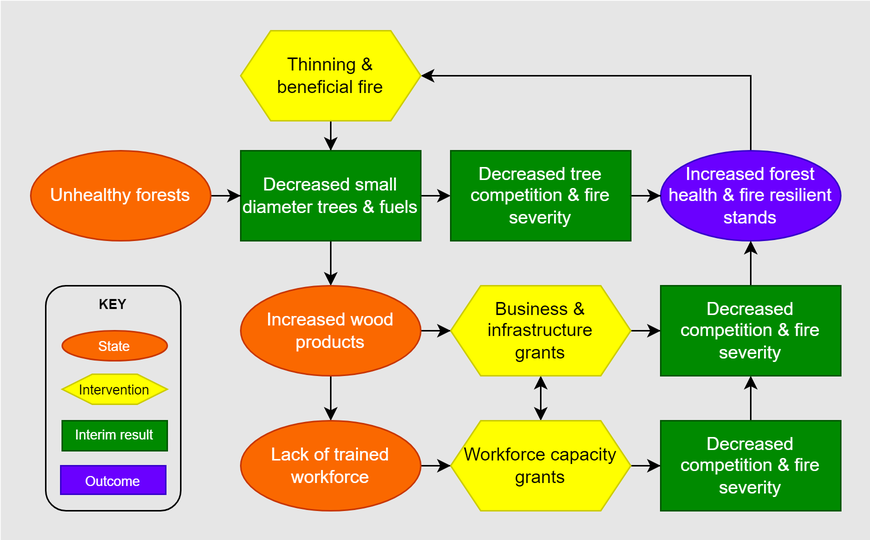
Above: figures/health.png in VRConservation/fbabook (draw.io), before the change. Source tidied: cells renumbered, new cells last; positions are measured from the earlier drawing's top-left corner, leaving out a move shared by most shapes.
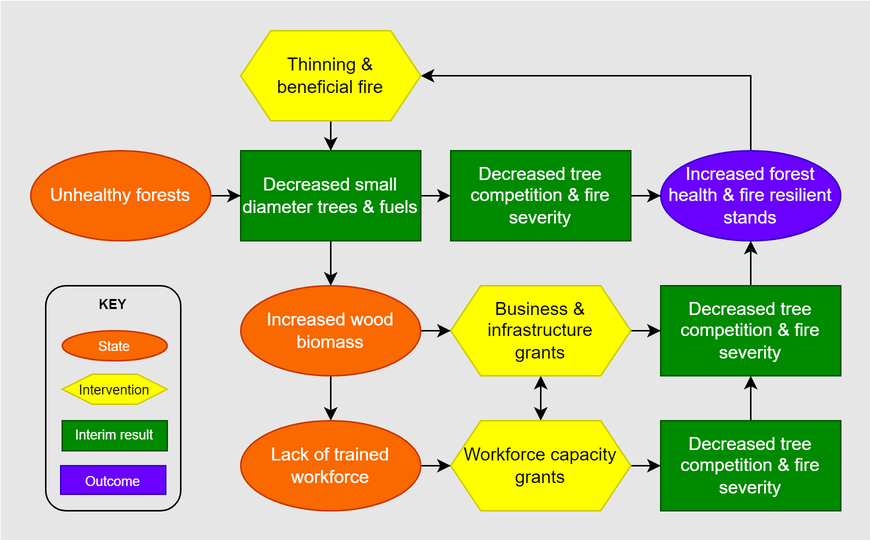
The same diagram one commit later.

What changed in the source:
```diff
@@ -44,7 +44,7 @@
     <mxCell id="15" style="edgeStyle=orthogonalEdgeStyle;rounded=0;jettySize=auto;html=1;" parent="1" edge="1" source="16" target="21">
       <mxGeometry relative="1" as="geometry" />
     </mxCell>
-    <mxCell id="16" value="&lt;font color=&quot;#ffffff&quot;&gt;Increased wood products&lt;/font&gt;" style="ellipse;whiteSpace=wrap;html=1;fillColor=#fa6800;strokeColor=#C73500;fontColor=#000000;" parent="1" vertex="1">
+    <mxCell id="16" value="&lt;font color=&quot;#ffffff&quot;&gt;Increased wood biomass&lt;/font&gt;" style="ellipse;whiteSpace=wrap;html=1;fillColor=#fa6800;strokeColor=#C73500;fontColor=#000000;" parent="1" vertex="1">
       <mxGeometry x="160" y="190" width="120" height="60" as="geometry" />
     </mxCell>
     <mxCell id="17" style="edgeStyle=orthogonalEdgeStyle;rounded=0;jettySize=auto;html=1;" parent="1" edge="1" source="18" target="23">
@@ -74,10 +74,10 @@
     <mxCell id="25" style="edgeStyle=orthogonalEdgeStyle;rounded=0;jettySize=auto;html=1;endArrow=none;endFill=0;startArrow=classic;startFill=1;" parent="1" edge="1" source="26" target="27">
       <mxGeometry relative="1" as="geometry" />
     </mxCell>
-    <mxCell id="26" value="Decreased competition &amp;amp; fire severity" style="rounded=0;whiteSpace=wrap;html=1;fillColor=#008a00;strokeColor=#005700;fontColor=#ffffff;" parent="1" vertex="1">
+    <mxCell id="26" value="Decreased tree competition &amp;amp; fire severity" style="rounded=0;whiteSpace=wrap;html=1;fillColor=#008a00;strokeColor=#005700;fontColor=#ffffff;" parent="1" vertex="1">
       <mxGeometry x="440" y="190" width="120" height="60" as="geometry" />
     </mxCell>
-    <mxCell id="27" value="Decreased competition &amp;amp; fire severity" style="rounded=0;whiteSpace=wrap;html=1;fillColor=#008a00;strokeColor=#005700;fontColor=#ffffff;" parent="1" vertex="1">
+    <mxCell id="27" value="Decreased tree competition &amp;amp; fire severity" style="rounded=0;whiteSpace=wrap;html=1;fillColor=#008a00;strokeColor=#005700;fontColor=#ffffff;" parent="1" vertex="1">
       <mxGeometry x="440" y="280" width="120" height="60" as="geometry" />
     </mxCell>
     <mxCell id="28" style="group;" parent="1" vertex="1">
```
